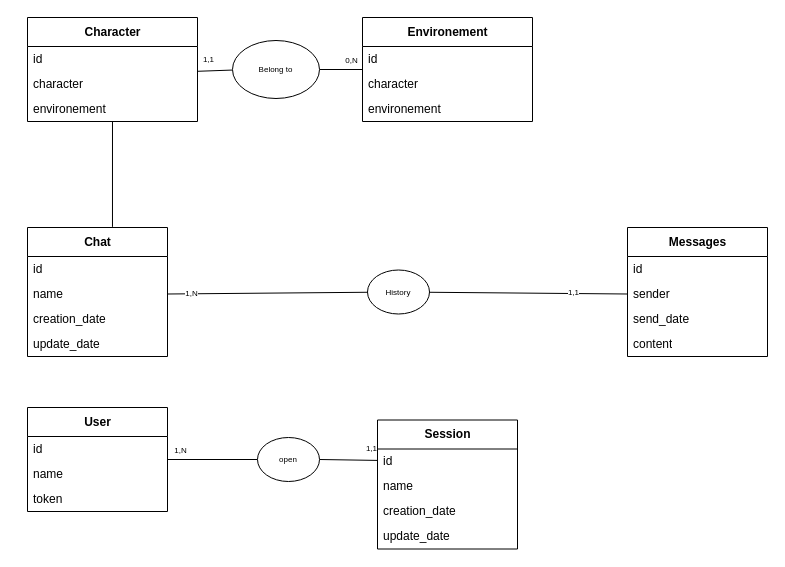
The draw.io diagram page "MCD" (3 of 5) of UseCase.drawio in TheoPasquier/Ai-Personnality-chatting, before the edit. Source tidied: cells renumbered, new cells numbered last; positions are measured from the earlier drawing's top-left corner, leaving out a move shared by most shapes. Both pictures are drawn from the tidied source at 100%, with x=0, y=0 at pixel (27, 17).
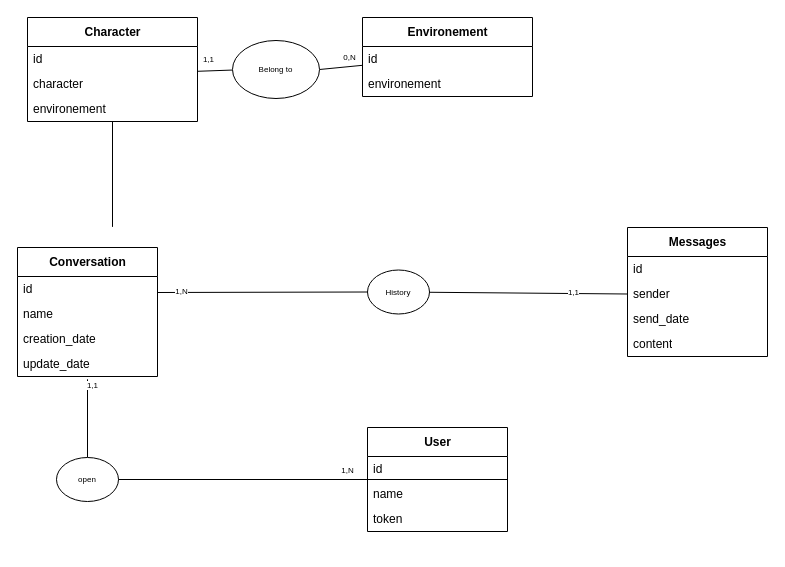
The same page after the edit.

Unchanged cells that the change refers to:
```xml
<mxCell id="12" value="id" style="text;html=1;strokeColor=none;fillColor=none;align=left;verticalAlign=middle;spacingLeft=4;spacingRight=4;overflow=hidden;points=[[0,0.5],[1,0.5]];portConstraint=eastwest;" parent="11" vertex="1">
  <mxGeometry y="29" width="140" height="25" as="geometry" />
</mxCell>
<mxCell id="15" value="update_date" style="text;html=1;strokeColor=none;fillColor=none;align=left;verticalAlign=middle;spacingLeft=4;spacingRight=4;overflow=hidden;points=[[0,0.5],[1,0.5]];portConstraint=eastwest;" parent="11" vertex="1">
  <mxGeometry y="104" width="140" height="25" as="geometry" />
</mxCell>
<mxCell id="24" value="History" style="ellipse;whiteSpace=wrap;html=1;fontSize=8;" parent="1" vertex="1">
  <mxGeometry x="340" y="252.5" width="62" height="44" as="geometry" />
</mxCell>
<mxCell id="32" value="Character" style="swimlane;fontStyle=1;align=center;verticalAlign=middle;horizontal=1;startSize=29;html=1;" parent="1" vertex="1">
  <mxGeometry width="170" height="104" as="geometry" />
</mxCell>
```

Change to the diagram source:
```diff
@@
     <mxCell id="7" value="User" style="swimlane;fontStyle=1;align=center;verticalAlign=middle;horizontal=1;startSize=29;html=1;" parent="1" vertex="1">
-      <mxGeometry y="390" width="140" height="104" as="geometry" />
+      <mxGeometry x="340" y="410" width="140" height="104" as="geometry" />
     </mxCell>
@@
-    <mxCell id="11" value="Session" style="swimlane;fontStyle=1;align=center;verticalAlign=middle;horizontal=1;startSize=29;html=1;" parent="1" vertex="1">
-      <mxGeometry x="350" y="402.5" width="140" height="129" as="geometry" />
+    <mxCell id="11" value="Conversation" style="swimlane;fontStyle=1;align=center;verticalAlign=middle;horizontal=1;startSize=29;html=1;" parent="1" vertex="1">
+      <mxGeometry x="-10" y="230" width="140" height="129" as="geometry" />
     </mxCell>
@@
-    <mxCell id="16" style="edgeStyle=none;rounded=0;jettySize=auto;html=1;fontSize=8;startArrow=none;startFill=0;endArrow=none;endFill=0;exitX=1;exitY=0.5;exitDx=0;exitDy=0;" parent="1" edge="1" source="25" target="12">
+    <mxCell id="16" style="edgeStyle=none;rounded=0;jettySize=auto;html=1;fontSize=8;startArrow=none;startFill=0;endArrow=none;endFill=0;entryX=0.5;entryY=1.112;entryDx=0;entryDy=0;entryPerimeter=0;" parent="1" edge="1" source="25" target="15">
       <mxGeometry relative="1" as="geometry" />
     </mxCell>
@@
-    <mxCell id="20" style="edgeStyle=none;rounded=0;jettySize=auto;html=1;entryX=1;entryY=0.5;entryDx=0;entryDy=0;fontSize=8;startArrow=none;startFill=0;endArrow=none;endFill=0;" parent="1" edge="1" source="24" target="28">
-      <mxGeometry relative="1" as="geometry" />
+    <mxCell id="20" style="edgeStyle=none;rounded=0;jettySize=auto;html=1;fontSize=8;startArrow=none;startFill=0;endArrow=none;endFill=0;" parent="1" edge="1" source="24">
+      <mxGeometry relative="1" as="geometry">
+        <mxPoint x="130" y="275" as="targetPoint" />
+      </mxGeometry>
     </mxCell>
@@
     <mxCell id="25" value="open" style="ellipse;whiteSpace=wrap;html=1;fontSize=8;" parent="1" vertex="1">
-      <mxGeometry x="230" y="420" width="62" height="44" as="geometry" />
+      <mxGeometry x="29" y="440" width="62" height="44" as="geometry" />
     </mxCell>
-    <mxCell id="26" value="Chat" style="swimlane;fontStyle=1;align=center;verticalAlign=middle;horizontal=1;startSize=29;html=1;" parent="1" vertex="1">
-      <mxGeometry y="210" width="140" height="129" as="geometry" />
-    </mxCell>
-    <mxCell id="27" value="id" style="text;html=1;strokeColor=none;fillColor=none;align=left;verticalAlign=middle;spacingLeft=4;spacingRight=4;overflow=hidden;" parent="26" vertex="1">
-      <mxGeometry y="29" width="140" height="25" as="geometry" />
-    </mxCell>
-    <mxCell id="28" value="name" style="text;html=1;strokeColor=none;fillColor=none;align=left;verticalAlign=middle;spacingLeft=4;spacingRight=4;overflow=hidden;points=[[0,0.5],[1,0.5]];portConstraint=eastwest;" parent="26" vertex="1">
-      <mxGeometry y="54" width="140" height="25" as="geometry" />
-    </mxCell>
-    <mxCell id="29" value="creation_date" style="text;html=1;strokeColor=none;fillColor=none;align=left;verticalAlign=middle;spacingLeft=4;spacingRight=4;overflow=hidden;" parent="26" vertex="1">
-      <mxGeometry y="79" width="140" height="25" as="geometry" />
-    </mxCell>
-    <mxCell id="30" value="update_date" style="text;html=1;strokeColor=none;fillColor=none;align=left;verticalAlign=middle;spacingLeft=4;spacingRight=4;overflow=hidden;" parent="26" vertex="1">
-      <mxGeometry y="104" width="140" height="25" as="geometry" />
-    </mxCell>
-    <mxCell id="31" style="edgeStyle=none;rounded=0;jettySize=auto;html=1;entryX=0.607;entryY=-0.005;entryDx=0;entryDy=0;entryPerimeter=0;fontSize=8;startArrow=none;startFill=0;endArrow=none;endFill=0;" parent="1" edge="1" source="32" target="26">
-      <mxGeometry relative="1" as="geometry" />
+    <mxCell id="31" style="edgeStyle=none;rounded=0;jettySize=auto;html=1;entryX=0.607;entryY=-0.005;entryDx=0;entryDy=0;entryPerimeter=0;fontSize=8;startArrow=none;startFill=0;endArrow=none;endFill=0;" parent="1" edge="1" source="32">
+      <mxGeometry relative="1" as="geometry">
+        <mxPoint x="85" y="209.4" as="targetPoint" />
+      </mxGeometry>
     </mxCell>
@@
     <mxCell id="38" value="Environement" style="swimlane;fontStyle=1;align=center;verticalAlign=middle;horizontal=1;startSize=29;html=1;" parent="1" vertex="1">
-      <mxGeometry x="335" width="170" height="104" as="geometry" />
+      <mxGeometry x="335" width="170" height="79" as="geometry" />
     </mxCell>
@@
-    <mxCell id="40" value="character" style="text;html=1;strokeColor=none;fillColor=none;align=left;verticalAlign=middle;spacingLeft=4;spacingRight=4;overflow=hidden;" parent="38" vertex="1">
-      <mxGeometry y="54" width="170" height="25" as="geometry" />
-    </mxCell>
     <mxCell id="41" value="environement" style="text;html=1;strokeColor=none;fillColor=none;align=left;verticalAlign=middle;spacingLeft=4;spacingRight=4;overflow=hidden;" parent="38" vertex="1">
-      <mxGeometry y="79" width="170" height="25" as="geometry" />
+      <mxGeometry y="54" width="170" height="25" as="geometry" />
     </mxCell>
```
